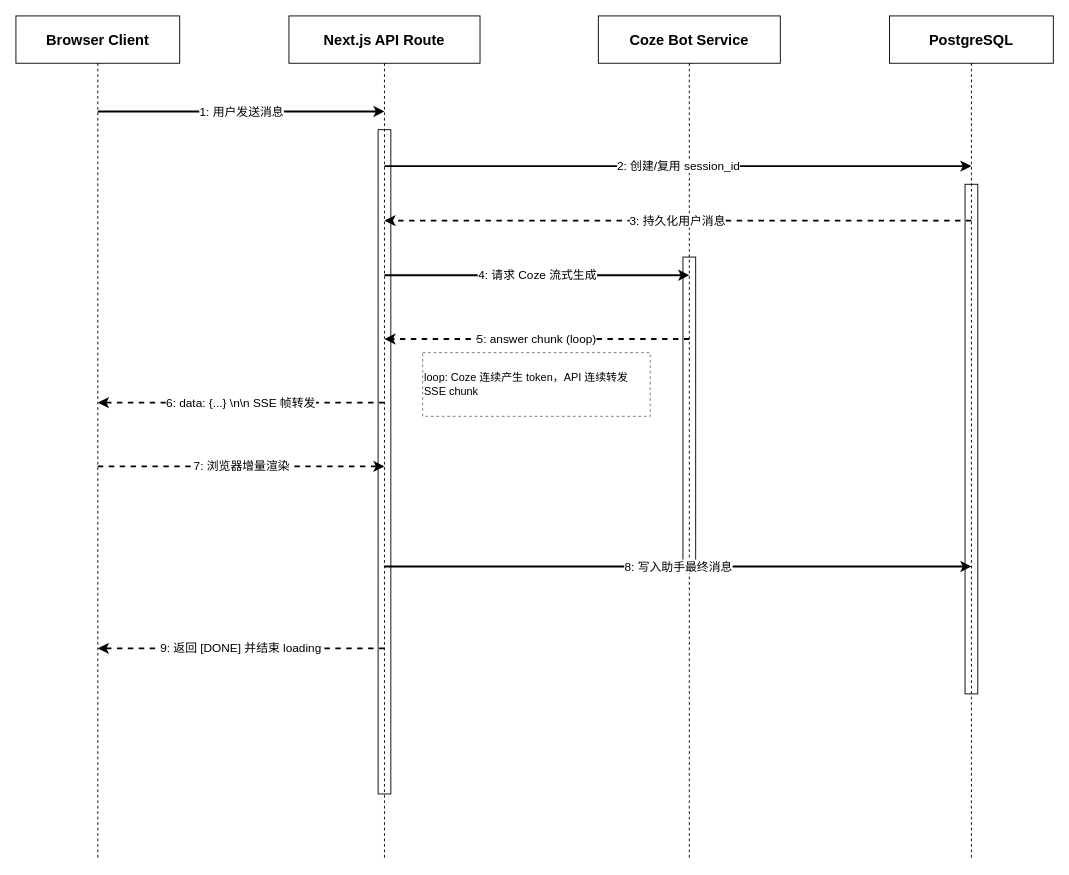
Earlier version of the draw.io diagram figures/ch2-figure-sse-sequence.drawio (jasonhou317-crypto/MallocMentor). Source tidied: cells renumbered, new cells numbered last; positions are measured from the earlier drawing's top-left corner, leaving out a move shared by most shapes. Both pictures are drawn from the tidied source at 91%, with x=0, y=0 at pixel (15, 15).
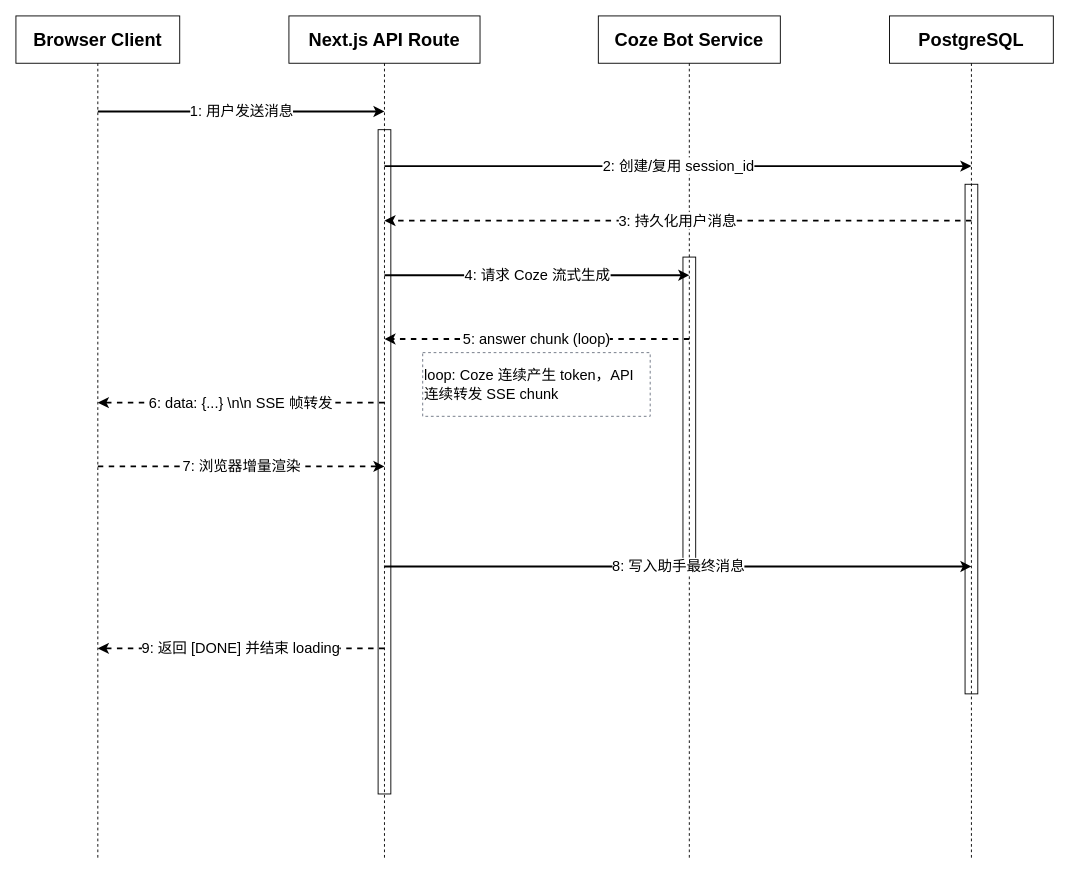
After the change.

What changed in the source:
```diff
@@
-    <mxCell id="2" value="Browser Client" style="rounded=0;whiteSpace=wrap;html=1;fontSize=16;fontFamily=Noto Sans JP;fontStyle=1;align=center;" parent="1" vertex="1">
+    <mxCell id="2" value="Browser Client" style="rounded=0;whiteSpace=wrap;html=1;fontSize=20;fontFamily=Noto Sans JP;fontStyle=1;align=center;" parent="1" vertex="1">
       <mxGeometry width="180" height="52" as="geometry" />
     </mxCell>
-    <mxCell id="3" value="Next.js API Route" style="rounded=0;whiteSpace=wrap;html=1;fontSize=16;fontFamily=Noto Sans JP;fontStyle=1;align=center;" parent="1" vertex="1">
+    <mxCell id="3" value="Next.js API Route" style="rounded=0;whiteSpace=wrap;html=1;fontSize=20;fontFamily=Noto Sans JP;fontStyle=1;align=center;" parent="1" vertex="1">
       <mxGeometry x="300" width="210" height="52" as="geometry" />
     </mxCell>
-    <mxCell id="4" value="Coze Bot Service" style="rounded=0;whiteSpace=wrap;html=1;fontSize=16;fontFamily=Noto Sans JP;fontStyle=1;align=center;" parent="1" vertex="1">
+    <mxCell id="4" value="Coze Bot Service" style="rounded=0;whiteSpace=wrap;html=1;fontSize=20;fontFamily=Noto Sans JP;fontStyle=1;align=center;" parent="1" vertex="1">
       <mxGeometry x="640" width="200" height="52" as="geometry" />
     </mxCell>
-    <mxCell id="5" value="PostgreSQL" style="rounded=0;whiteSpace=wrap;html=1;fontSize=16;fontFamily=Noto Sans JP;fontStyle=1;align=center;" parent="1" vertex="1">
+    <mxCell id="5" value="PostgreSQL" style="rounded=0;whiteSpace=wrap;html=1;fontSize=20;fontFamily=Noto Sans JP;fontStyle=1;align=center;" parent="1" vertex="1">
       <mxGeometry x="960" width="180" height="52" as="geometry" />
     </mxCell>
@@
-    <mxCell id="10" style="rounded=0;whiteSpace=wrap;html=1;fillColor=none;" parent="1" vertex="1">
+    <mxCell id="10" style="rounded=0;whiteSpace=wrap;html=1;fillColor=none;fontSize=16;" parent="1" vertex="1">
       <mxGeometry x="398" y="125" width="14" height="730" as="geometry" />
     </mxCell>
-    <mxCell id="11" style="rounded=0;whiteSpace=wrap;html=1;fillColor=none;" parent="1" vertex="1">
+    <mxCell id="11" style="rounded=0;whiteSpace=wrap;html=1;fillColor=none;fontSize=16;" parent="1" vertex="1">
       <mxGeometry x="733" y="265" width="14" height="340" as="geometry" />
     </mxCell>
-    <mxCell id="12" style="rounded=0;whiteSpace=wrap;html=1;fillColor=none;" parent="1" vertex="1">
+    <mxCell id="12" style="rounded=0;whiteSpace=wrap;html=1;fillColor=none;fontSize=16;" parent="1" vertex="1">
       <mxGeometry x="1043" y="185" width="14" height="560" as="geometry" />
     </mxCell>
-    <mxCell id="13" value="1: 用户发送消息" style="endArrow=classic;html=1;fontSize=13;fontFamily=Noto Sans JP;strokeWidth=2;" parent="1" edge="1">
+    <mxCell id="13" value="1: 用户发送消息" style="endArrow=classic;html=1;fontSize=16;fontFamily=Noto Sans JP;strokeWidth=2;" parent="1" edge="1">
       <mxGeometry relative="1" as="geometry">
         <mxPoint x="90" y="105" as="sourcePoint" />
         <mxPoint x="405" y="105" as="targetPoint" />
       </mxGeometry>
     </mxCell>
-    <mxCell id="14" value="2: 创建/复用 session_id" style="endArrow=classic;html=1;fontSize=13;fontFamily=Noto Sans JP;strokeWidth=2;" parent="1" edge="1">
+    <mxCell id="14" value="2: 创建/复用 session_id" style="endArrow=classic;html=1;fontSize=16;fontFamily=Noto Sans JP;strokeWidth=2;" parent="1" edge="1">
       <mxGeometry relative="1" as="geometry">
         <mxPoint x="405" y="165" as="sourcePoint" />
         <mxPoint x="1050" y="165" as="targetPoint" />
       </mxGeometry>
     </mxCell>
-    <mxCell id="15" value="3: 持久化用户消息" style="endArrow=classic;dashed=1;html=1;fontSize=13;fontFamily=Noto Sans JP;strokeWidth=2;" parent="1" edge="1">
+    <mxCell id="15" value="3: 持久化用户消息" style="endArrow=classic;dashed=1;html=1;fontSize=16;fontFamily=Noto Sans JP;strokeWidth=2;" parent="1" edge="1">
       <mxGeometry relative="1" as="geometry">
         <mxPoint x="1050" y="225" as="sourcePoint" />
         <mxPoint x="405" y="225" as="targetPoint" />
       </mxGeometry>
     </mxCell>
-    <mxCell id="16" value="4: 请求 Coze 流式生成" style="endArrow=classic;html=1;fontSize=13;fontFamily=Noto Sans JP;strokeWidth=2;" parent="1" edge="1">
+    <mxCell id="16" value="4: 请求 Coze 流式生成" style="endArrow=classic;html=1;fontSize=16;fontFamily=Noto Sans JP;strokeWidth=2;" parent="1" edge="1">
       <mxGeometry relative="1" as="geometry">
         <mxPoint x="405" y="285" as="sourcePoint" />
         <mxPoint x="740" y="285" as="targetPoint" />
       </mxGeometry>
     </mxCell>
-    <mxCell id="17" value="5: answer chunk (loop)" style="endArrow=classic;dashed=1;html=1;fontSize=13;fontFamily=Noto Sans JP;strokeWidth=2;" parent="1" edge="1">
+    <mxCell id="17" value="5: answer chunk (loop)" style="endArrow=classic;dashed=1;html=1;fontSize=16;fontFamily=Noto Sans JP;strokeWidth=2;" parent="1" edge="1">
       <mxGeometry relative="1" as="geometry">
         <mxPoint x="740" y="355" as="sourcePoint" />
         <mxPoint x="405" y="355" as="targetPoint" />
       </mxGeometry>
     </mxCell>
-    <mxCell id="18" value="6: data: {...}&lt;span style=&quot;background-color: light-dark(#ffffff, var(--ge-dark-color, #121212)); color: light-dark(rgb(0, 0, 0), rgb(255, 255, 255));&quot;&gt;&amp;nbsp;\n\n SSE 帧转发&lt;/span&gt;" style="endArrow=classic;dashed=1;html=1;fontSize=13;fontFamily=Noto Sans JP;strokeWidth=2;" parent="1" edge="1">
+    <mxCell id="18" value="6: data: {...}&lt;span style=&quot;background-color: light-dark(#ffffff, var(--ge-dark-color, #121212)); color: light-dark(rgb(0, 0, 0), rgb(255, 255, 255));&quot;&gt;&amp;nbsp;\n\n SSE 帧转发&lt;/span&gt;" style="endArrow=classic;dashed=1;html=1;fontSize=16;fontFamily=Noto Sans JP;strokeWidth=2;" parent="1" edge="1">
       <mxGeometry relative="1" as="geometry">
         <mxPoint x="405" y="425" as="sourcePoint" />
         <mxPoint x="90" y="425" as="targetPoint" />
       </mxGeometry>
     </mxCell>
-    <mxCell id="19" value="7: 浏览器增量渲染" style="endArrow=classic;dashed=1;html=1;fontSize=13;fontFamily=Noto Sans JP;strokeWidth=2;" parent="1" edge="1">
+    <mxCell id="19" value="7: 浏览器增量渲染" style="endArrow=classic;dashed=1;html=1;fontSize=16;fontFamily=Noto Sans JP;strokeWidth=2;" parent="1" edge="1">
       <mxGeometry relative="1" as="geometry">
         <mxPoint x="90" y="495" as="sourcePoint" />
         <mxPoint x="405" y="495" as="targetPoint" />
       </mxGeometry>
     </mxCell>
-    <mxCell id="20" value="8: 写入助手最终消息" style="endArrow=classic;html=1;fontSize=13;fontFamily=Noto Sans JP;strokeWidth=2;" parent="1" edge="1">
+    <mxCell id="20" value="8: 写入助手最终消息" style="endArrow=classic;html=1;fontSize=16;fontFamily=Noto Sans JP;strokeWidth=2;" parent="1" edge="1">
       <mxGeometry relative="1" as="geometry">
         <mxPoint x="405" y="605" as="sourcePoint" />
         <mxPoint x="1050" y="605" as="targetPoint" />
       </mxGeometry>
     </mxCell>
-    <mxCell id="21" value="9: 返回 [DONE] 并结束 loading" style="endArrow=classic;dashed=1;html=1;fontSize=13;fontFamily=Noto Sans JP;strokeWidth=2;" parent="1" edge="1">
+    <mxCell id="21" value="9: 返回 [DONE] 并结束 loading" style="endArrow=classic;dashed=1;html=1;fontSize=16;fontFamily=Noto Sans JP;strokeWidth=2;" parent="1" edge="1">
       <mxGeometry relative="1" as="geometry">
         <mxPoint x="405" y="695" as="sourcePoint" />
         <mxPoint x="90" y="695" as="targetPoint" />
       </mxGeometry>
     </mxCell>
-    <mxCell id="22" value="loop: Coze 连续产生 token，API 连续转发 SSE chunk" style="rounded=0;whiteSpace=wrap;html=1;dashed=1;fontFamily=Noto Sans JP;fontSize=12;align=left;strokeColor=#6B7280;" parent="1" vertex="1">
+    <mxCell id="22" value="loop: Coze 连续产生 token，API 连续转发 SSE chunk" style="rounded=0;whiteSpace=wrap;html=1;dashed=1;fontFamily=Noto Sans JP;fontSize=16;align=left;strokeColor=#6B7280;" parent="1" vertex="1">
       <mxGeometry x="447" y="370" width="250" height="70" as="geometry" />
     </mxCell>
```
